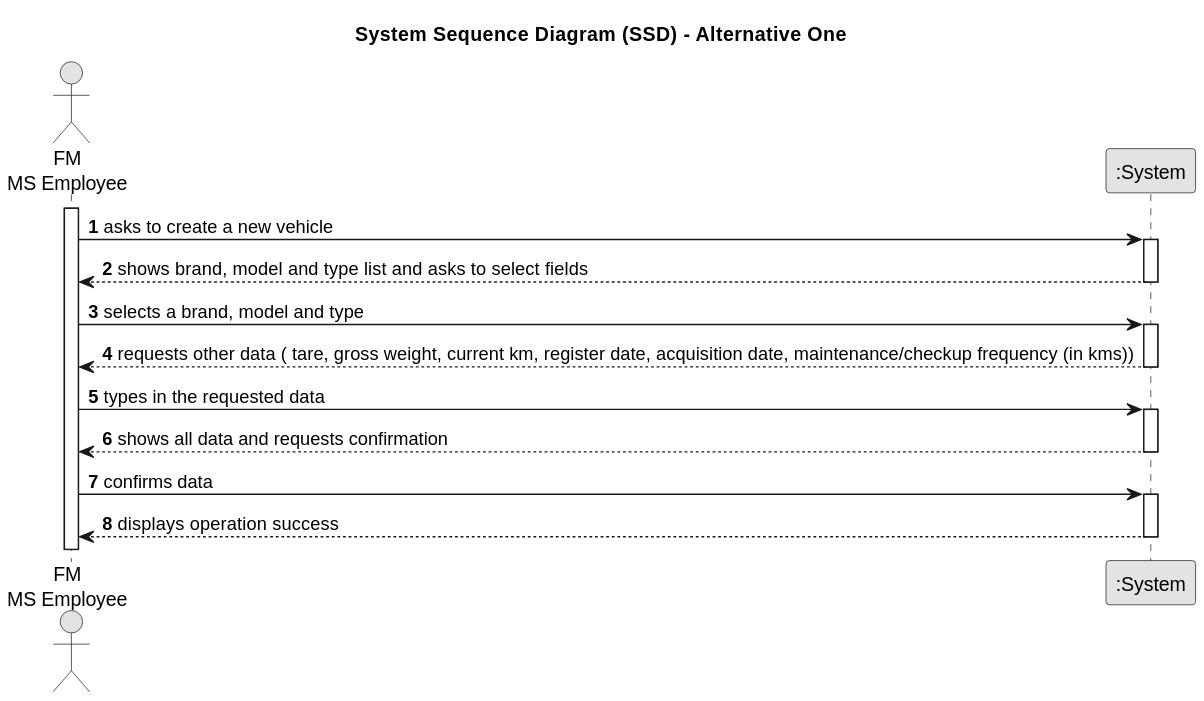
Rui-San/LAPR2_2023_2024 keeps this PlantUML diagram as docs/sprintA/us006/01.requirements-engineering/svg/us006-system-sequence-diagram-alternative-one.svg. Above is the earlier version.
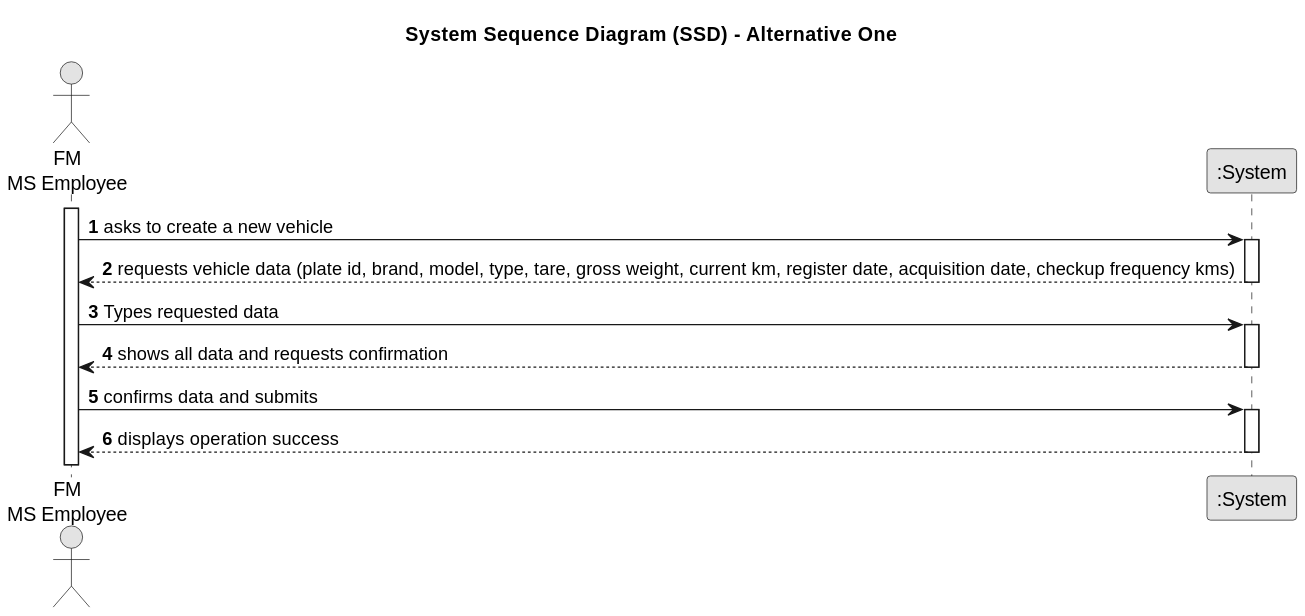
Later version of the same file.

Commit message:
US006: Updated SSD, acceptance criteria, client questions and fixed input data

What changed in the source:
```diff
@@ -15,23 +15,17 @@
     Employee -> System : asks to create a new vehicle
     activate System
 
-        System --> Employee : shows brand, model and type list and asks to select fields
+        System --> Employee : requests vehicle data (plate id, brand, model, type, tare, gross weight, current km, register date, acquisition date, checkup frequency kms)
     deactivate System
 
 
-    Employee -> System : selects a brand, model and type
-    activate System
-
-        System --> Employee : requests other data ( tare, gross weight, current km, register date, acquisition date, maintenance/checkup frequency (in kms))
-    deactivate System
-
-    Employee -> System : types in the requested data
+    Employee -> System : Types requested data
     activate System
 
         System --> Employee : shows all data and requests confirmation
     deactivate System
 
-    Employee -> System : confirms data
+    Employee -> System : confirms data and submits
     activate System
 
         System --> Employee : displays operation success
```
